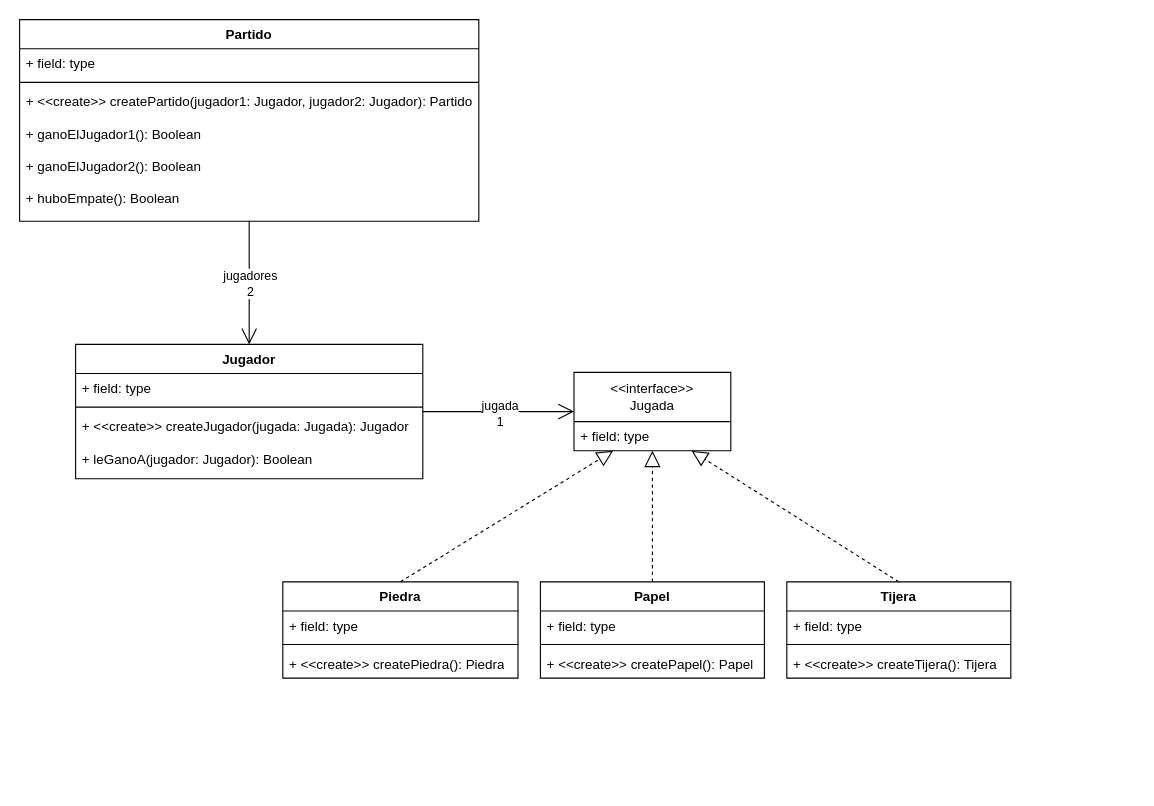
Before: ejercicio2-piedra-papel-tijeras/diagrama.drawio in Jarvo98/OO2, a draw.io diagram. Source tidied: cells renumbered, new cells numbered last; positions are measured from the earlier drawing's top-left corner, leaving out a move shared by most shapes. Both pictures are drawn from the tidied source at 112%, with x=0, y=0 at pixel (19, 19).
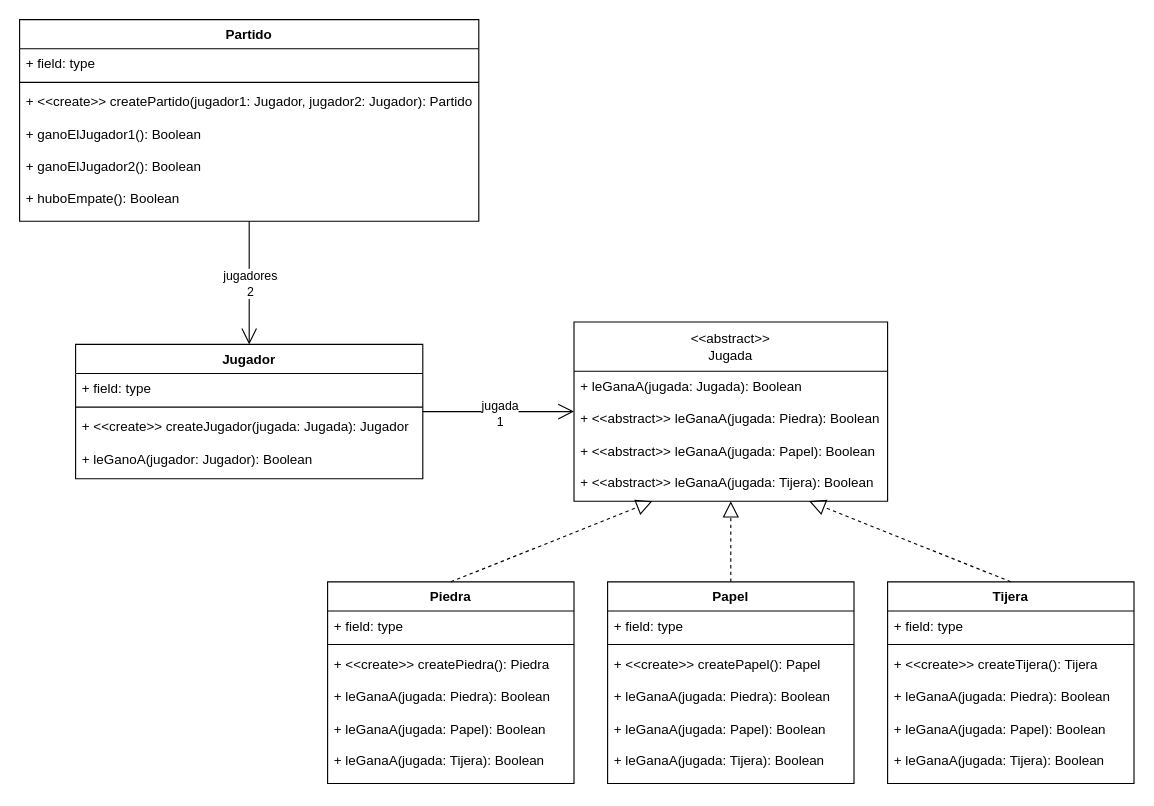
The same page after the edit.

The edit, as a diff of the source:
```diff
@@
     <mxCell id="10" value="Piedra" style="swimlane;fontStyle=1;align=center;verticalAlign=top;horizontal=1;startSize=26;whiteSpace=wrap;html=1;" parent="1" vertex="1">
-      <mxGeometry x="235" y="502" width="210" height="86" as="geometry" />
+      <mxGeometry x="275" y="502" width="220" height="180" as="geometry" />
     </mxCell>
     <mxCell id="11" value="+ field: type" style="text;strokeColor=none;fillColor=none;align=left;verticalAlign=top;spacingLeft=4;spacingRight=4;overflow=hidden;whiteSpace=wrap;html=1;" parent="10" vertex="1">
-      <mxGeometry y="26" width="210" height="26" as="geometry" />
+      <mxGeometry y="26" width="220" height="26" as="geometry" />
     </mxCell>
     <mxCell id="12" style="line;strokeWidth=1;fillColor=none;align=left;verticalAlign=middle;spacingTop=-1;spacingLeft=3;spacingRight=3;labelPosition=right;strokeColor=inherit;" parent="10" vertex="1">
-      <mxGeometry y="52" width="210" height="8" as="geometry" />
+      <mxGeometry y="52" width="220" height="8" as="geometry" />
     </mxCell>
-    <mxCell id="13" value="+ &amp;lt;&amp;lt;create&amp;gt;&amp;gt; createPiedra(): Piedra" style="text;strokeColor=none;fillColor=none;align=left;verticalAlign=top;spacingLeft=4;spacingRight=4;overflow=hidden;whiteSpace=wrap;html=1;" parent="10" vertex="1">
-      <mxGeometry y="60" width="210" height="26" as="geometry" />
+    <mxCell id="13" value="&lt;div&gt;+ &amp;lt;&amp;lt;create&amp;gt;&amp;gt; createPiedra(): Piedra&lt;/div&gt;&lt;div&gt;&lt;br&gt;&lt;/div&gt;&lt;div&gt;&lt;div&gt;+ leGanaA(jugada: Piedra): Boolean&lt;/div&gt;&lt;div&gt;&lt;br&gt;&lt;/div&gt;&lt;div&gt;+ leGanaA(jugada: Papel): Boolean&lt;/div&gt;&lt;div&gt;&lt;br&gt;&lt;/div&gt;&lt;div&gt;+ leGanaA(jugada: Tijera): Boolean&lt;/div&gt;&lt;/div&gt;" style="text;strokeColor=none;fillColor=none;align=left;verticalAlign=top;spacingLeft=4;spacingRight=4;overflow=hidden;whiteSpace=wrap;html=1;" parent="10" vertex="1">
+      <mxGeometry y="60" width="220" height="120" as="geometry" />
     </mxCell>
     <mxCell id="14" value="Papel" style="swimlane;fontStyle=1;align=center;verticalAlign=top;horizontal=1;startSize=26;whiteSpace=wrap;html=1;" parent="1" vertex="1">
-      <mxGeometry x="465" y="502" width="200" height="86" as="geometry" />
+      <mxGeometry x="525" y="502" width="220" height="180" as="geometry" />
     </mxCell>
     <mxCell id="15" value="+ field: type" style="text;strokeColor=none;fillColor=none;align=left;verticalAlign=top;spacingLeft=4;spacingRight=4;overflow=hidden;whiteSpace=wrap;html=1;" parent="14" vertex="1">
-      <mxGeometry y="26" width="200" height="26" as="geometry" />
+      <mxGeometry y="26" width="220" height="26" as="geometry" />
     </mxCell>
     <mxCell id="16" style="line;strokeWidth=1;fillColor=none;align=left;verticalAlign=middle;spacingTop=-1;spacingLeft=3;spacingRight=3;labelPosition=right;strokeColor=inherit;" parent="14" vertex="1">
-      <mxGeometry y="52" width="200" height="8" as="geometry" />
+      <mxGeometry y="52" width="220" height="8" as="geometry" />
     </mxCell>
-    <mxCell id="17" value="+ &amp;lt;&amp;lt;create&amp;gt;&amp;gt; createPapel(): Papel" style="text;strokeColor=none;fillColor=none;align=left;verticalAlign=top;spacingLeft=4;spacingRight=4;overflow=hidden;whiteSpace=wrap;html=1;" parent="14" vertex="1">
-      <mxGeometry y="60" width="200" height="26" as="geometry" />
+    <mxCell id="17" value="&lt;div&gt;+ &amp;lt;&amp;lt;create&amp;gt;&amp;gt; createPapel(): Papel&lt;/div&gt;&lt;div&gt;&lt;br&gt;&lt;/div&gt;&lt;div&gt;&lt;div&gt;&lt;div&gt;+ leGanaA(jugada: Piedra): Boolean&lt;/div&gt;&lt;div&gt;&lt;br&gt;&lt;/div&gt;&lt;div&gt;+ leGanaA(jugada: Papel): Boolean&lt;/div&gt;&lt;div&gt;&lt;br&gt;&lt;/div&gt;&lt;div&gt;+ leGanaA(jugada: Tijera): Boolean&lt;/div&gt;&lt;/div&gt;&lt;/div&gt;" style="text;strokeColor=none;fillColor=none;align=left;verticalAlign=top;spacingLeft=4;spacingRight=4;overflow=hidden;whiteSpace=wrap;html=1;" parent="14" vertex="1">
+      <mxGeometry y="60" width="220" height="120" as="geometry" />
     </mxCell>
     <mxCell id="18" value="Tijera" style="swimlane;fontStyle=1;align=center;verticalAlign=top;horizontal=1;startSize=26;whiteSpace=wrap;html=1;" parent="1" vertex="1">
-      <mxGeometry x="685" y="502" width="200" height="86" as="geometry" />
+      <mxGeometry x="775" y="502" width="220" height="180" as="geometry" />
     </mxCell>
     <mxCell id="19" value="+ field: type" style="text;strokeColor=none;fillColor=none;align=left;verticalAlign=top;spacingLeft=4;spacingRight=4;overflow=hidden;whiteSpace=wrap;html=1;" parent="18" vertex="1">
-      <mxGeometry y="26" width="200" height="26" as="geometry" />
+      <mxGeometry y="26" width="220" height="26" as="geometry" />
     </mxCell>
     <mxCell id="20" style="line;strokeWidth=1;fillColor=none;align=left;verticalAlign=middle;spacingTop=-1;spacingLeft=3;spacingRight=3;labelPosition=right;strokeColor=inherit;" parent="18" vertex="1">
-      <mxGeometry y="52" width="200" height="8" as="geometry" />
+      <mxGeometry y="52" width="220" height="8" as="geometry" />
     </mxCell>
-    <mxCell id="21" value="+ &amp;lt;&amp;lt;create&amp;gt;&amp;gt; createTijera(): Tijera" style="text;strokeColor=none;fillColor=none;align=left;verticalAlign=top;spacingLeft=4;spacingRight=4;overflow=hidden;whiteSpace=wrap;html=1;" parent="18" vertex="1">
-      <mxGeometry y="60" width="200" height="26" as="geometry" />
+    <mxCell id="21" value="&lt;div&gt;+ &amp;lt;&amp;lt;create&amp;gt;&amp;gt; createTijera(): Tijera&lt;/div&gt;&lt;div&gt;&lt;br&gt;&lt;/div&gt;&lt;div&gt;&lt;div&gt;&lt;div&gt;+ leGanaA(jugada: Piedra): Boolean&lt;/div&gt;&lt;div&gt;&lt;br&gt;&lt;/div&gt;&lt;div&gt;+ leGanaA(jugada: Papel): Boolean&lt;/div&gt;&lt;div&gt;&lt;br&gt;&lt;/div&gt;&lt;div&gt;+ leGanaA(jugada: Tijera): Boolean&lt;/div&gt;&lt;/div&gt;&lt;/div&gt;" style="text;strokeColor=none;fillColor=none;align=left;verticalAlign=top;spacingLeft=4;spacingRight=4;overflow=hidden;whiteSpace=wrap;html=1;" parent="18" vertex="1">
+      <mxGeometry y="60" width="220" height="120" as="geometry" />
     </mxCell>
@@
-    <mxCell id="29" value="&lt;div&gt;&amp;lt;&amp;lt;interface&amp;gt;&amp;gt;&lt;/div&gt;Jugada" style="swimlane;fontStyle=0;horizontal=1;startSize=44;fillColor=none;whiteSpace=wrap;html=1;" parent="1" vertex="1">
-      <mxGeometry x="495" y="315" width="140" height="70" as="geometry" />
+    <mxCell id="29" value="&lt;div&gt;&amp;lt;&amp;lt;abstract&amp;gt;&amp;gt;&lt;/div&gt;Jugada" style="swimlane;fontStyle=0;horizontal=1;startSize=44;fillColor=none;whiteSpace=wrap;html=1;" parent="1" vertex="1">
+      <mxGeometry x="495" y="270" width="280" height="160" as="geometry" />
     </mxCell>
-    <mxCell id="30" value="+ field: type" style="text;strokeColor=none;fillColor=none;align=left;verticalAlign=top;spacingLeft=4;spacingRight=4;overflow=hidden;whiteSpace=wrap;html=1;" parent="29" vertex="1">
-      <mxGeometry y="44" width="140" height="26" as="geometry" />
+    <mxCell id="30" value="&lt;div&gt;+ leGanaA(jugada: Jugada): Boolean&lt;/div&gt;&lt;div&gt;&lt;br&gt;&lt;/div&gt;&lt;div&gt;+ &amp;lt;&amp;lt;abstract&amp;gt;&amp;gt; leGanaA(jugada: Piedra): Boolean&lt;/div&gt;&lt;div&gt;&lt;br&gt;&lt;/div&gt;&lt;div&gt;+ &amp;lt;&amp;lt;abstract&amp;gt;&amp;gt;  leGanaA(jugada: Papel): Boolean&lt;/div&gt;&lt;div&gt;&lt;br&gt;&lt;/div&gt;&lt;div&gt;+ &amp;lt;&amp;lt;abstract&amp;gt;&amp;gt;  leGanaA(jugada: Tijera): Boolean&lt;/div&gt;" style="text;strokeColor=none;fillColor=none;align=left;verticalAlign=top;spacingLeft=4;spacingRight=4;overflow=hidden;whiteSpace=wrap;html=1;" parent="29" vertex="1">
+      <mxGeometry y="44" width="280" height="116" as="geometry" />
     </mxCell>
```
